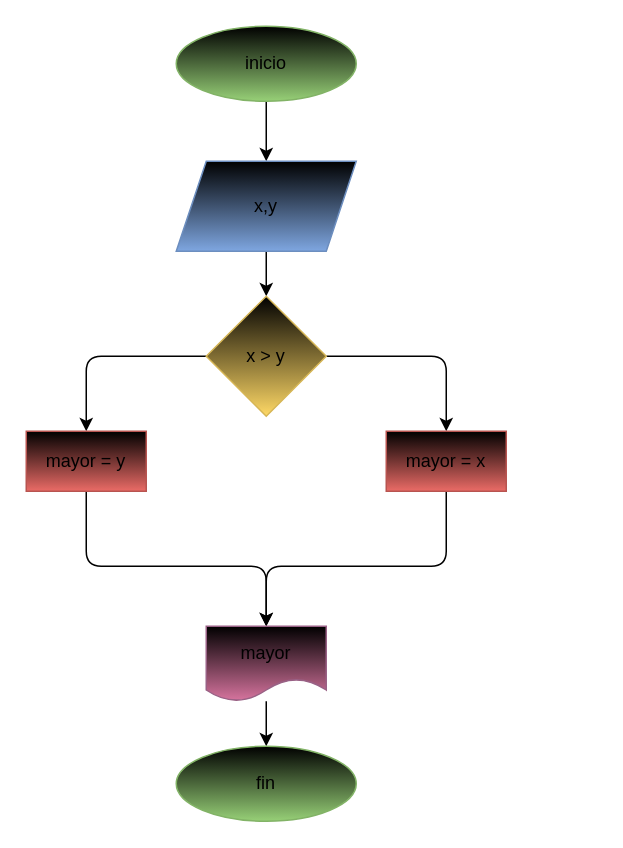
This is page "Página-1" (1 of 2) of diagrama.drawio from GeorginaCarvajal/mayor_2enteros, a draw.io file, before an edit. Source tidied: cells renumbered, new cells numbered last; positions are measured from the earlier drawing's top-left corner, leaving out a move shared by most shapes. Both pictures are drawn from the tidied source at 150%, with x=0, y=0 at pixel (26, 26).
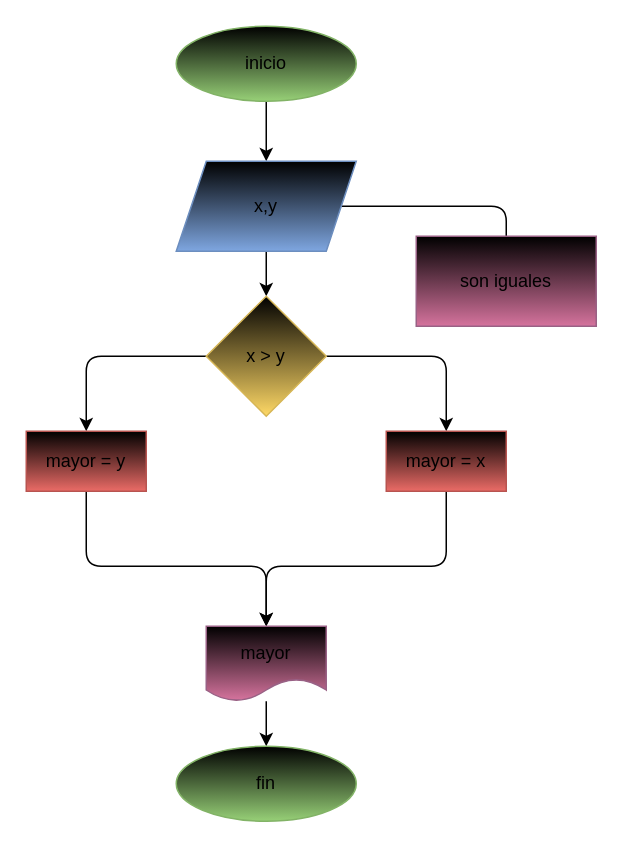
The same diagram, later.

The change refers to these unchanged cells:
```xml
<mxCell id="5" value="x,y" style="shape=parallelogram;perimeter=parallelogramPerimeter;whiteSpace=wrap;html=1;fixedSize=1;fillColor=#000000;gradientColor=#7ea6e0;strokeColor=#6c8ebf;" parent="1" vertex="1">
  <mxGeometry x="100" y="90" width="120" height="60" as="geometry" />
</mxCell>
```

The edit, as a diff of the source:
```diff
@@
+    <mxCell id="16" style="edgeStyle=none;html=1;" parent="1" edge="1" source="5">
+      <mxGeometry relative="1" as="geometry">
+        <mxPoint x="320" y="170" as="targetPoint" />
+        <Array as="points">
+          <mxPoint x="320" y="120" />
+        </Array>
+      </mxGeometry>
+    </mxCell>
@@
+    <mxCell id="17" value="son iguales" style="whiteSpace=wrap;html=1;fillColor=#000000;gradientColor=#d5739d;strokeColor=#996185;" parent="1" vertex="1">
+      <mxGeometry x="260" y="140" width="120" height="60" as="geometry" />
+    </mxCell>
```
